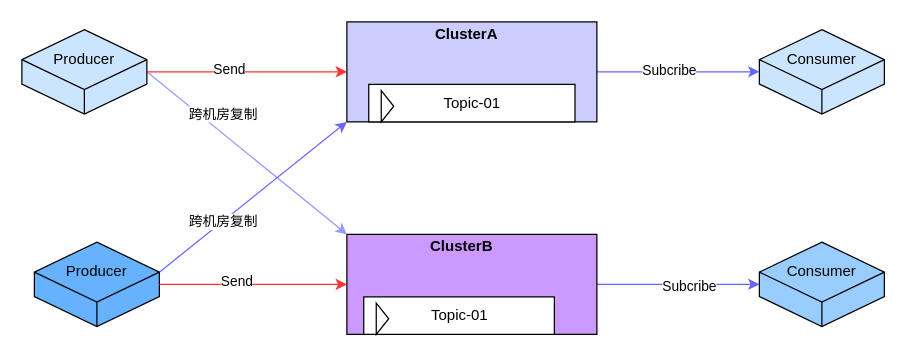
Earlier version of the draw.io diagram 跨机房复制.drawio (yongliangcode/diagram). Source tidied: cells renumbered, new cells numbered last; positions are measured from the earlier drawing's top-left corner, leaving out a move shared by most shapes. Both pictures are drawn from the tidied source at 125%, with x=0, y=0 at pixel (21, 21).
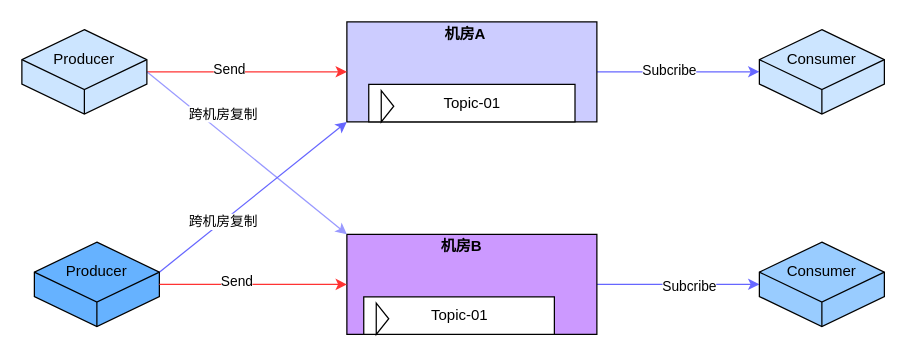
Above is the later version.

Commit message (it also covers changes not shown here):
Update 跨机房复制.drawio

The edit, as a diff of the source:
```diff
@@
-    <mxCell id="8" value="&lt;b&gt;ClusterA&lt;/b&gt;" style="text;html=1;strokeColor=none;fillColor=none;align=center;verticalAlign=middle;whiteSpace=wrap;rounded=0;" parent="1" vertex="1">
-      <mxGeometry x="326" width="60" height="20" as="geometry" />
+    <mxCell id="8" value="&lt;b&gt;机房A&lt;/b&gt;" style="text;html=1;strokeColor=none;fillColor=none;align=center;verticalAlign=middle;whiteSpace=wrap;rounded=0;" parent="1" vertex="1">
+      <mxGeometry x="300" width="110" height="20" as="geometry" />
     </mxCell>
-    <mxCell id="9" value="&lt;b&gt;ClusterB&lt;/b&gt;" style="text;html=1;strokeColor=none;fillColor=none;align=center;verticalAlign=middle;whiteSpace=wrap;rounded=0;" parent="1" vertex="1">
+    <mxCell id="9" value="&lt;b&gt;机房B&lt;/b&gt;" style="text;html=1;strokeColor=none;fillColor=none;align=center;verticalAlign=middle;whiteSpace=wrap;rounded=0;" parent="1" vertex="1">
       <mxGeometry x="322" y="170" width="60" height="20" as="geometry" />
     </mxCell>
```
